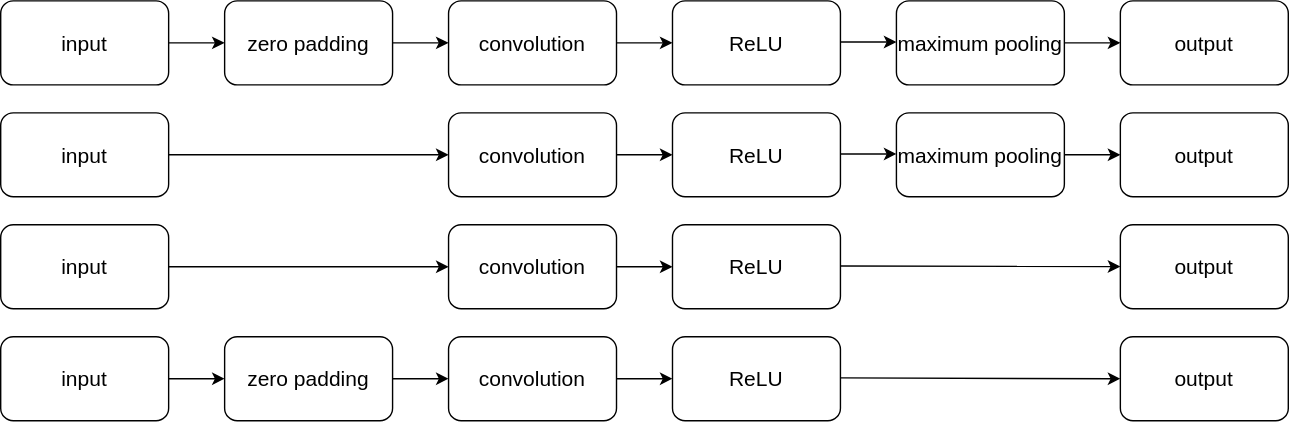
marph91/pocket-cnn keeps this draw.io diagram as doc/images/processing_element.svg. Above is the earlier version. Source tidied: cells renumbered, new cells last; positions are measured from the earlier drawing's top-left corner, leaving out a move shared by most shapes.
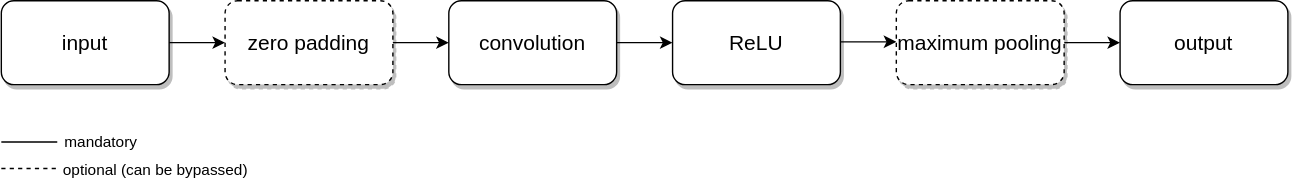
After the change.

What changed in the source:
```diff
@@ -2,16 +2,16 @@
   <root>
     <mxCell id="0" />
     <mxCell id="1" parent="0" />
-    <mxCell id="2" value="&lt;font style=&quot;font-size: 15px;&quot;&gt;input&lt;/font&gt;" style="rounded=1;whiteSpace=wrap;html=1;fontSize=15;" parent="1" vertex="1">
+    <mxCell id="2" value="&lt;font style=&quot;font-size: 15px;&quot;&gt;input&lt;/font&gt;" style="rounded=1;whiteSpace=wrap;html=1;fontSize=15;shadow=1;" parent="1" vertex="1">
       <mxGeometry width="120" height="60" as="geometry" />
     </mxCell>
-    <mxCell id="3" value="&lt;font style=&quot;font-size: 15px;&quot;&gt;zero padding&lt;/font&gt;" style="rounded=1;whiteSpace=wrap;html=1;fontSize=15;" parent="1" vertex="1">
+    <mxCell id="3" value="&lt;font style=&quot;font-size: 15px;&quot;&gt;zero padding&lt;/font&gt;" style="rounded=1;whiteSpace=wrap;html=1;fontSize=15;dashed=1;shadow=1;" parent="1" vertex="1">
       <mxGeometry x="160" width="120" height="60" as="geometry" />
     </mxCell>
     <mxCell id="4" style="endArrow=classic;html=1;exitX=1;exitY=0.5;exitDx=0;exitDy=0;entryX=0;entryY=0.5;entryDx=0;entryDy=0;fontSize=15;" parent="1" edge="1" source="2" target="3">
       <mxGeometry relative="1" as="geometry" />
     </mxCell>
-    <mxCell id="5" value="&lt;font style=&quot;font-size: 15px;&quot;&gt;convolution&lt;/font&gt;" style="rounded=1;whiteSpace=wrap;html=1;glass=0;shadow=0;comic=0;fontSize=15;" parent="1" vertex="1">
+    <mxCell id="5" value="&lt;font style=&quot;font-size: 15px;&quot;&gt;convolution&lt;/font&gt;" style="rounded=1;whiteSpace=wrap;html=1;glass=0;shadow=1;comic=0;fontSize=15;" parent="1" vertex="1">
       <mxGeometry x="320" width="120" height="60" as="geometry" />
     </mxCell>
     <mxCell id="6" style="endArrow=classic;html=1;exitX=1;exitY=0.5;exitDx=0;exitDy=0;entryX=0;entryY=0.5;entryDx=0;entryDy=0;fontSize=15;" parent="1" edge="1" target="5">
@@ -25,7 +25,7 @@
         <mxPoint x="640" y="29.4" as="targetPoint" />
       </mxGeometry>
     </mxCell>
-    <mxCell id="8" value="&lt;font style=&quot;font-size: 15px;&quot;&gt;ReLU&lt;br style=&quot;font-size: 15px;&quot;&gt;&lt;/font&gt;" style="rounded=1;whiteSpace=wrap;html=1;fontSize=15;" parent="1" vertex="1">
+    <mxCell id="8" value="&lt;font style=&quot;font-size: 15px;&quot;&gt;ReLU&lt;br style=&quot;font-size: 15px;&quot;&gt;&lt;/font&gt;" style="rounded=1;whiteSpace=wrap;html=1;fontSize=15;shadow=1;" parent="1" vertex="1">
       <mxGeometry x="480" width="120" height="60" as="geometry" />
     </mxCell>
     <mxCell id="9" style="endArrow=classic;html=1;exitX=1;exitY=0.5;exitDx=0;exitDy=0;entryX=0;entryY=0.5;entryDx=0;entryDy=0;fontSize=15;" parent="1" edge="1" target="8">
@@ -33,7 +33,7 @@
         <mxPoint x="440" y="30" as="sourcePoint" />
       </mxGeometry>
     </mxCell>
-    <mxCell id="10" value="&lt;font style=&quot;font-size: 15px;&quot;&gt;&lt;font style=&quot;font-size: 15px;&quot;&gt;output&lt;/font&gt;&lt;br style=&quot;font-size: 15px;&quot;&gt;&lt;/font&gt;" style="rounded=1;whiteSpace=wrap;html=1;fontSize=15;" parent="1" vertex="1">
+    <mxCell id="10" value="&lt;font style=&quot;font-size: 15px;&quot;&gt;&lt;font style=&quot;font-size: 15px;&quot;&gt;output&lt;/font&gt;&lt;br style=&quot;font-size: 15px;&quot;&gt;&lt;/font&gt;" style="rounded=1;whiteSpace=wrap;html=1;fontSize=15;shadow=1;" parent="1" vertex="1">
       <mxGeometry x="800" width="120" height="60" as="geometry" />
     </mxCell>
     <mxCell id="11" style="endArrow=classic;html=1;exitX=1;exitY=0.5;exitDx=0;exitDy=0;entryX=0;entryY=0.5;entryDx=0;entryDy=0;fontSize=15;" parent="1" edge="1" target="10">
@@ -41,100 +41,30 @@
         <mxPoint x="760" y="30" as="sourcePoint" />
       </mxGeometry>
     </mxCell>
-    <mxCell id="12" value="&lt;font style=&quot;font-size: 15px;&quot;&gt;maximum pooling&lt;br style=&quot;font-size: 15px;&quot;&gt;&lt;/font&gt;" style="rounded=1;whiteSpace=wrap;html=1;fontSize=15;" parent="1" vertex="1">
+    <mxCell id="12" value="&lt;font style=&quot;font-size: 15px;&quot;&gt;maximum pooling&lt;br style=&quot;font-size: 15px;&quot;&gt;&lt;/font&gt;" style="rounded=1;whiteSpace=wrap;html=1;fontSize=15;dashed=1;shadow=1;" parent="1" vertex="1">
       <mxGeometry x="640" width="120" height="60" as="geometry" />
     </mxCell>
-    <mxCell id="13" value="&lt;font style=&quot;font-size: 15px;&quot;&gt;input&lt;/font&gt;" style="rounded=1;whiteSpace=wrap;html=1;fontSize=15;" parent="1" vertex="1">
-      <mxGeometry y="80" width="120" height="60" as="geometry" />
-    </mxCell>
-    <mxCell id="14" style="endArrow=classic;html=1;exitX=1;exitY=0.5;exitDx=0;exitDy=0;entryX=0;entryY=0.5;entryDx=0;entryDy=0;fontSize=15;" parent="1" edge="1" source="13" target="15">
-      <mxGeometry relative="1" as="geometry" />
-    </mxCell>
-    <mxCell id="15" value="&lt;font style=&quot;font-size: 15px;&quot;&gt;convolution&lt;/font&gt;" style="rounded=1;whiteSpace=wrap;html=1;glass=0;shadow=0;comic=0;fontSize=15;" parent="1" vertex="1">
-      <mxGeometry x="320" y="80" width="120" height="60" as="geometry" />
-    </mxCell>
-    <mxCell id="16" style="endArrow=classic;html=1;exitX=1;exitY=0.5;exitDx=0;exitDy=0;entryX=0;entryY=0.5;entryDx=0;entryDy=0;fontSize=15;" parent="1" edge="1">
-      <mxGeometry relative="1" as="geometry">
-        <mxPoint x="600" y="109.4" as="sourcePoint" />
-        <mxPoint x="640" y="109.4" as="targetPoint" />
-      </mxGeometry>
-    </mxCell>
-    <mxCell id="17" value="&lt;font style=&quot;font-size: 15px;&quot;&gt;ReLU&lt;br style=&quot;font-size: 15px;&quot;&gt;&lt;/font&gt;" style="rounded=1;whiteSpace=wrap;html=1;fontSize=15;" parent="1" vertex="1">
-      <mxGeometry x="480" y="80" width="120" height="60" as="geometry" />
-    </mxCell>
-    <mxCell id="18" style="endArrow=classic;html=1;exitX=1;exitY=0.5;exitDx=0;exitDy=0;entryX=0;entryY=0.5;entryDx=0;entryDy=0;fontSize=15;" parent="1" edge="1" target="17">
-      <mxGeometry relative="1" as="geometry">
-        <mxPoint x="440" y="110" as="sourcePoint" />
-      </mxGeometry>
-    </mxCell>
-    <mxCell id="19" value="&lt;font style=&quot;font-size: 15px;&quot;&gt;&lt;font style=&quot;font-size: 15px;&quot;&gt;output&lt;/font&gt;&lt;br style=&quot;font-size: 15px;&quot;&gt;&lt;/font&gt;" style="rounded=1;whiteSpace=wrap;html=1;fontSize=15;" parent="1" vertex="1">
-      <mxGeometry x="800" y="80" width="120" height="60" as="geometry" />
-    </mxCell>
-    <mxCell id="20" style="endArrow=classic;html=1;exitX=1;exitY=0.5;exitDx=0;exitDy=0;entryX=0;entryY=0.5;entryDx=0;entryDy=0;fontSize=15;" parent="1" edge="1" target="19">
-      <mxGeometry relative="1" as="geometry">
-        <mxPoint x="760" y="110" as="sourcePoint" />
-      </mxGeometry>
-    </mxCell>
-    <mxCell id="21" value="&lt;font style=&quot;font-size: 15px;&quot;&gt;maximum pooling&lt;br style=&quot;font-size: 15px;&quot;&gt;&lt;/font&gt;" style="rounded=1;whiteSpace=wrap;html=1;fontSize=15;" parent="1" vertex="1">
-      <mxGeometry x="640" y="80" width="120" height="60" as="geometry" />
-    </mxCell>
-    <mxCell id="22" value="&lt;font style=&quot;font-size: 15px;&quot;&gt;input&lt;/font&gt;" style="rounded=1;whiteSpace=wrap;html=1;fontSize=15;" parent="1" vertex="1">
-      <mxGeometry y="160" width="120" height="60" as="geometry" />
-    </mxCell>
-    <mxCell id="23" style="endArrow=classic;html=1;exitX=1;exitY=0.5;exitDx=0;exitDy=0;fontSize=15;" parent="1" edge="1" source="22" target="24">
-      <mxGeometry relative="1" as="geometry" />
-    </mxCell>
-    <mxCell id="24" value="&lt;font style=&quot;font-size: 15px;&quot;&gt;convolution&lt;/font&gt;" style="rounded=1;whiteSpace=wrap;html=1;glass=0;shadow=0;comic=0;fontSize=15;" parent="1" vertex="1">
-      <mxGeometry x="320" y="160" width="120" height="60" as="geometry" />
-    </mxCell>
-    <mxCell id="25" style="endArrow=classic;html=1;exitX=1;exitY=0.5;exitDx=0;exitDy=0;fontSize=15;" parent="1" edge="1" target="28">
-      <mxGeometry relative="1" as="geometry">
-        <mxPoint x="600" y="189.4" as="sourcePoint" />
-      </mxGeometry>
-    </mxCell>
-    <mxCell id="26" value="&lt;font style=&quot;font-size: 15px;&quot;&gt;ReLU&lt;br style=&quot;font-size: 15px;&quot;&gt;&lt;/font&gt;" style="rounded=1;whiteSpace=wrap;html=1;fontSize=15;" parent="1" vertex="1">
-      <mxGeometry x="480" y="160" width="120" height="60" as="geometry" />
-    </mxCell>
-    <mxCell id="27" style="endArrow=classic;html=1;exitX=1;exitY=0.5;exitDx=0;exitDy=0;entryX=0;entryY=0.5;entryDx=0;entryDy=0;fontSize=15;" parent="1" edge="1" target="26">
-      <mxGeometry relative="1" as="geometry">
-        <mxPoint x="440" y="190" as="sourcePoint" />
-      </mxGeometry>
-    </mxCell>
-    <mxCell id="28" value="&lt;font style=&quot;font-size: 15px;&quot;&gt;&lt;font style=&quot;font-size: 15px;&quot;&gt;output&lt;/font&gt;&lt;br style=&quot;font-size: 15px;&quot;&gt;&lt;/font&gt;" style="rounded=1;whiteSpace=wrap;html=1;fontSize=15;" parent="1" vertex="1">
-      <mxGeometry x="800" y="160" width="120" height="60" as="geometry" />
-    </mxCell>
-    <mxCell id="29" value="&lt;font style=&quot;font-size: 15px;&quot;&gt;input&lt;/font&gt;" style="rounded=1;whiteSpace=wrap;html=1;fontSize=15;" parent="1" vertex="1">
-      <mxGeometry y="240" width="120" height="60" as="geometry" />
-    </mxCell>
-    <mxCell id="30" value="&lt;font style=&quot;font-size: 15px;&quot;&gt;zero padding&lt;/font&gt;" style="rounded=1;whiteSpace=wrap;html=1;fontSize=15;" parent="1" vertex="1">
-      <mxGeometry x="160" y="240" width="120" height="60" as="geometry" />
-    </mxCell>
-    <mxCell id="31" style="endArrow=classic;html=1;exitX=1;exitY=0.5;exitDx=0;exitDy=0;entryX=0;entryY=0.5;entryDx=0;entryDy=0;fontSize=15;" parent="1" edge="1" source="29" target="30">
-      <mxGeometry relative="1" as="geometry" />
-    </mxCell>
-    <mxCell id="32" value="&lt;font style=&quot;font-size: 15px;&quot;&gt;convolution&lt;/font&gt;" style="rounded=1;whiteSpace=wrap;html=1;glass=0;shadow=0;comic=0;fontSize=15;" parent="1" vertex="1">
-      <mxGeometry x="320" y="240" width="120" height="60" as="geometry" />
-    </mxCell>
-    <mxCell id="33" style="endArrow=classic;html=1;exitX=1;exitY=0.5;exitDx=0;exitDy=0;entryX=0;entryY=0.5;entryDx=0;entryDy=0;fontSize=15;" parent="1" edge="1" target="32">
-      <mxGeometry relative="1" as="geometry">
-        <mxPoint x="280" y="270" as="sourcePoint" />
-      </mxGeometry>
-    </mxCell>
-    <mxCell id="34" style="endArrow=classic;html=1;exitX=1;exitY=0.5;exitDx=0;exitDy=0;entryX=0;entryY=0.5;entryDx=0;entryDy=0;fontSize=15;" parent="1" edge="1" target="37">
-      <mxGeometry relative="1" as="geometry">
-        <mxPoint x="600" y="269.4" as="sourcePoint" />
-      </mxGeometry>
-    </mxCell>
-    <mxCell id="35" value="&lt;font style=&quot;font-size: 15px;&quot;&gt;ReLU&lt;br style=&quot;font-size: 15px;&quot;&gt;&lt;/font&gt;" style="rounded=1;whiteSpace=wrap;html=1;fontSize=15;" parent="1" vertex="1">
-      <mxGeometry x="480" y="240" width="120" height="60" as="geometry" />
-    </mxCell>
-    <mxCell id="36" style="endArrow=classic;html=1;exitX=1;exitY=0.5;exitDx=0;exitDy=0;entryX=0;entryY=0.5;entryDx=0;entryDy=0;fontSize=15;" parent="1" edge="1" target="35">
-      <mxGeometry relative="1" as="geometry">
-        <mxPoint x="440" y="270" as="sourcePoint" />
-      </mxGeometry>
-    </mxCell>
-    <mxCell id="37" value="&lt;font style=&quot;font-size: 15px;&quot;&gt;&lt;font style=&quot;font-size: 15px;&quot;&gt;output&lt;/font&gt;&lt;br style=&quot;font-size: 15px;&quot;&gt;&lt;/font&gt;" style="rounded=1;whiteSpace=wrap;html=1;fontSize=15;" parent="1" vertex="1">
-      <mxGeometry x="800" y="240" width="120" height="60" as="geometry" />
-    </mxCell>
+    <mxCell id="38" style="endArrow=none;dashed=1;html=1;" parent="1" edge="1">
+      <mxGeometry relative="1" as="geometry">
+        <mxPoint y="120" as="sourcePoint" />
+        <mxPoint x="40" y="120" as="targetPoint" />
+      </mxGeometry>
+    </mxCell>
+    <mxCell id="39" value="optional (can be bypassed)" style="edgeLabel;html=1;align=center;verticalAlign=middle;" parent="38" vertex="1">
+      <mxGeometry x="0.37" relative="1" as="geometry">
+        <mxPoint x="82.4" as="offset" />
+      </mxGeometry>
+    </mxCell>
+    <mxCell id="40" style="endArrow=none;html=1;" parent="1" edge="1">
+      <mxGeometry relative="1" as="geometry">
+        <mxPoint y="101" as="sourcePoint" />
+        <mxPoint x="40" y="101" as="targetPoint" />
+      </mxGeometry>
+    </mxCell>
+    <mxCell id="41" value="mandatory" style="edgeLabel;html=1;align=center;verticalAlign=middle;" parent="40" vertex="1">
+      <mxGeometry x="0.43" y="1" relative="1" as="geometry">
+        <mxPoint x="41.2" as="offset" />
+      </mxGeometry>
+    </mxCell>
   </root>
 </mxGraphModel>
```
